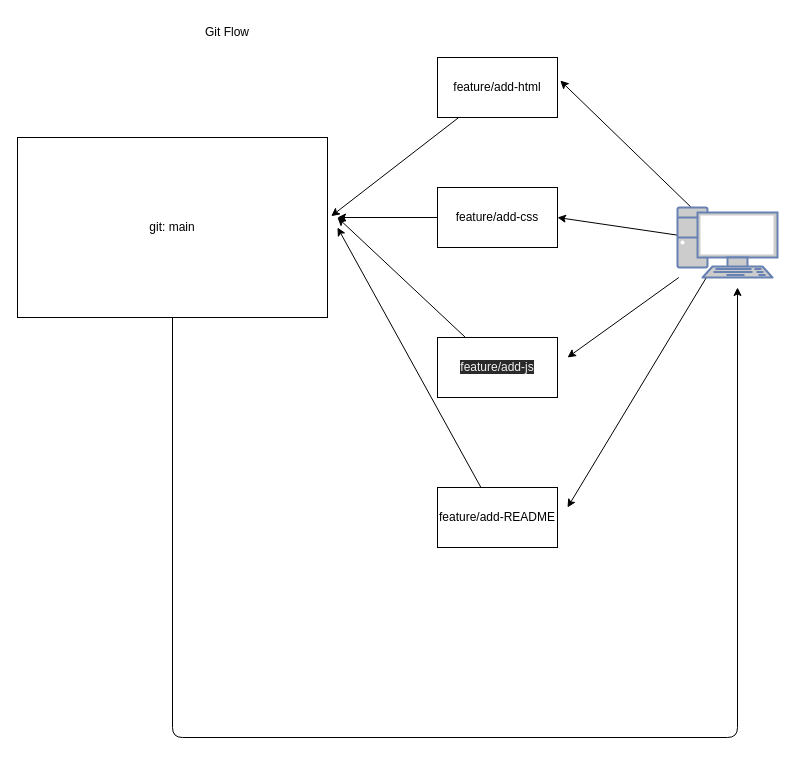
niwantha33/prework-study-guide keeps this draw.io diagram as html.drawio. Above is the earlier version. Source tidied: cells renumbered, new cells numbered last; positions are measured from the earlier drawing's top-left corner, leaving out a move shared by most shapes. Both pictures are drawn from the tidied source at 100%, with x=0, y=0 at pixel (17, 17).
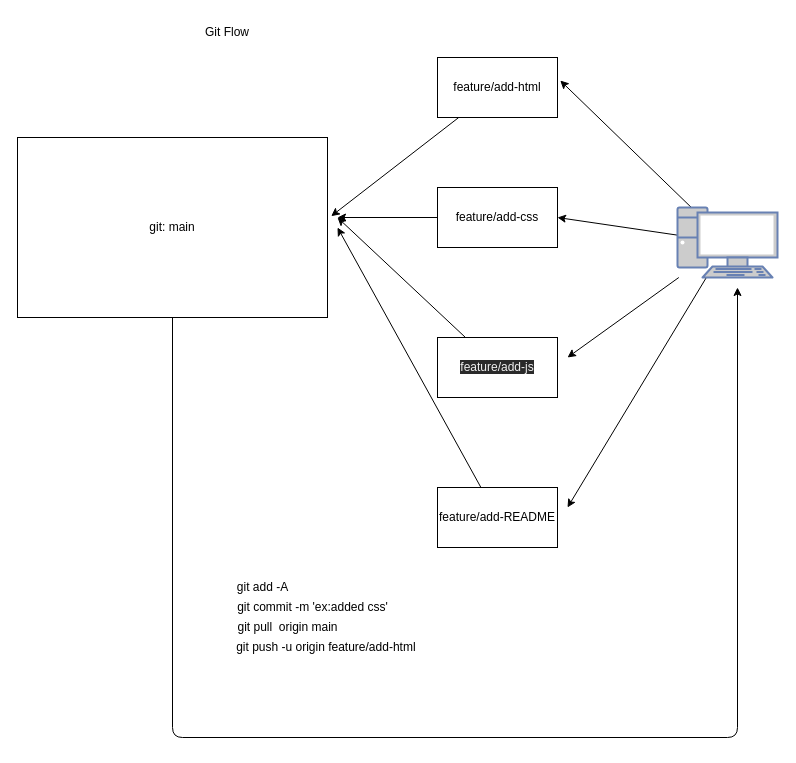
The same diagram, later.

Commit message (it also covers changes not shown here):
Updated HTML page.

What changed in the source:
```diff
@@
+    <mxCell id="18" value="git add -A&lt;br&gt;" style="text;html=1;align=center;verticalAlign=middle;strokeColor=none;fillColor=none;" parent="1" vertex="1">
+      <mxGeometry x="210" y="560" width="70" height="20" as="geometry" />
+    </mxCell>
+    <mxCell id="19" value="git commit -m 'ex:added css'&lt;br&gt;" style="text;html=1;align=center;verticalAlign=middle;strokeColor=none;fillColor=none;" parent="1" vertex="1">
+      <mxGeometry x="210" y="580" width="170" height="20" as="geometry" />
+    </mxCell>
+    <mxCell id="20" value="git pull&amp;nbsp; origin main" style="text;html=1;align=center;verticalAlign=middle;strokeColor=none;fillColor=none;" parent="1" vertex="1">
+      <mxGeometry x="210" y="600" width="120" height="20" as="geometry" />
+    </mxCell>
+    <mxCell id="21" value="git push -u origin feature/add-html&amp;nbsp;" style="text;html=1;align=center;verticalAlign=middle;strokeColor=none;fillColor=none;" parent="1" vertex="1">
+      <mxGeometry x="210" y="620" width="200" height="20" as="geometry" />
+    </mxCell>
```
